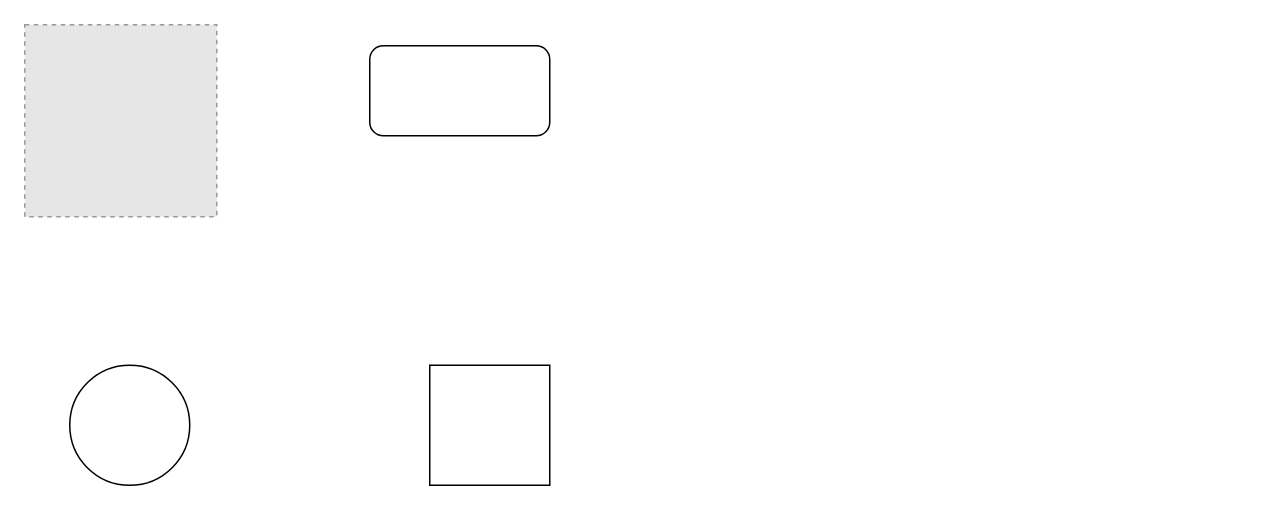
Earlier version of the draw.io diagram Untitled Diagram.drawio (manexport/graphical-linux-kernel). Source tidied: cells renumbered, new cells numbered last; positions are measured from the earlier drawing's top-left corner, leaving out a move shared by most shapes. Both pictures are drawn from the tidied source at 150%, with x=0, y=0 at pixel (24, 24). Pictures stored in the file or linked from it are replaced by grey dashed boxes.
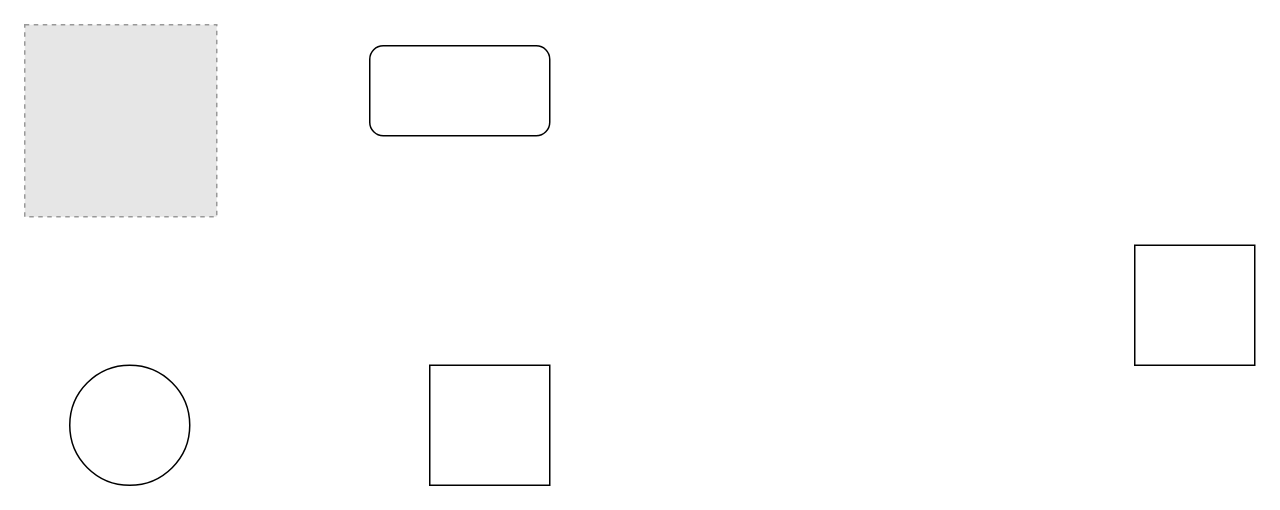
After the change.

What changed in the source:
```diff
@@
 <mxGraphModel>
   <root>
     <mxCell id="0" />
     <mxCell id="1" parent="0" />
     <mxCell id="2" style="fillColor=#E6E6E6;strokeColor=#999999;dashed=1;html=1;verticalAlign=top;verticalLabelPosition=bottom;labelBackgroundColor=#ffffff;" parent="1" vertex="1">
       <mxGeometry width="128" height="128" as="geometry" />
     </mxCell>
     <mxCell id="3" style="whiteSpace=wrap;html=1;" parent="1" vertex="1">
       <mxGeometry x="270" y="227" width="80" height="80" as="geometry" />
     </mxCell>
     <mxCell id="4" style="rounded=1;whiteSpace=wrap;html=1;" parent="1" vertex="1">
       <mxGeometry x="230" y="14" width="120" height="60" as="geometry" />
     </mxCell>
     <mxCell id="5" style="ellipse;whiteSpace=wrap;html=1;" parent="1" vertex="1">
       <mxGeometry x="30" y="227" width="80" height="80" as="geometry" />
     </mxCell>
+    <mxCell id="6" style="whiteSpace=wrap;html=1;" parent="1" vertex="1">
+      <mxGeometry x="740" y="147" width="80" height="80" as="geometry" />
+    </mxCell>
   </root>
 </mxGraphModel>
```
